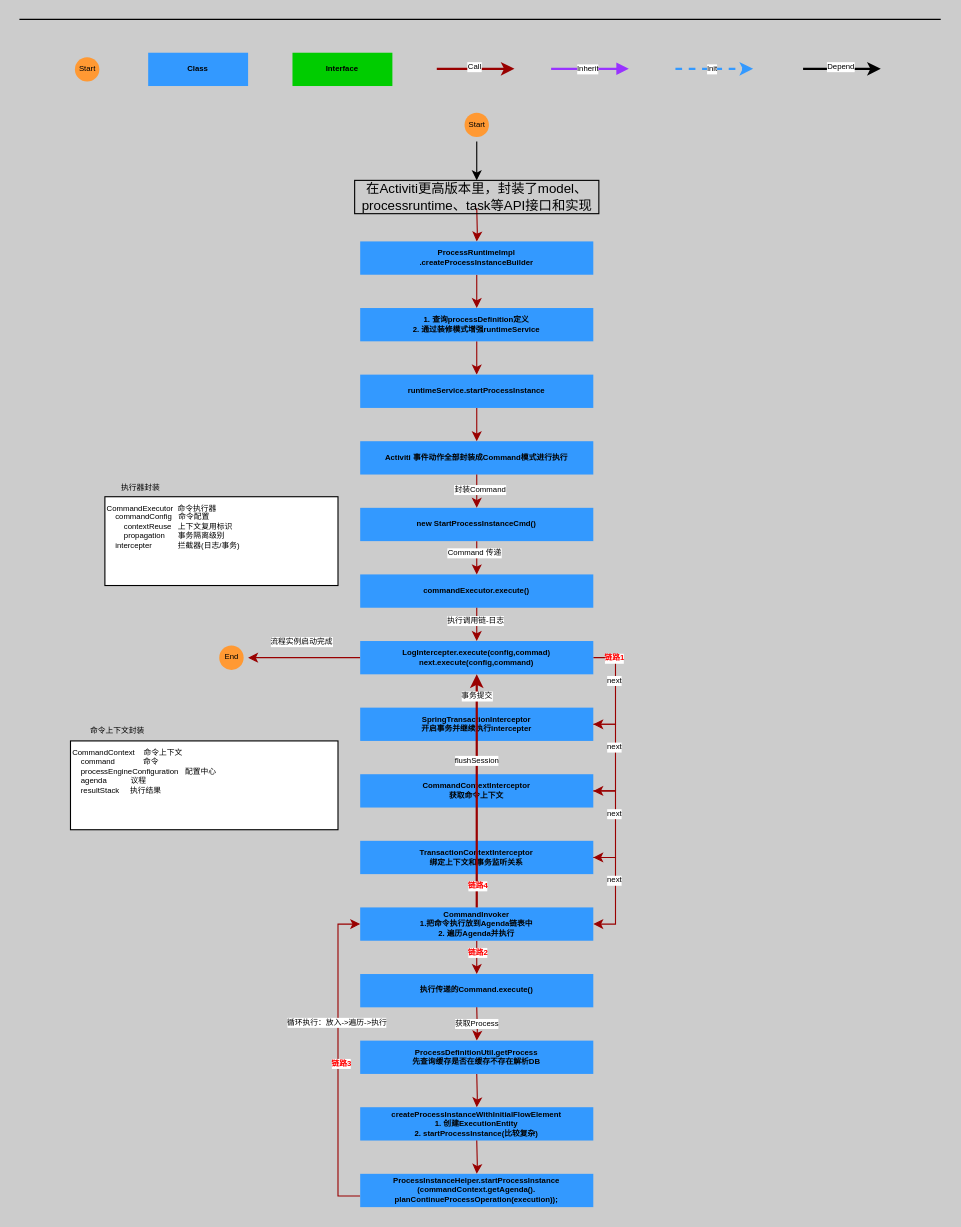
The draw.io diagram page "流程启动" (2 of 2) of reader/Untitled Diagram.drawio in Y-lenny/Activiti, before the edit. Source tidied: cells renumbered, new cells numbered last; positions are measured from the earlier drawing's top-left corner, leaving out a move shared by most shapes. Both pictures are drawn from the tidied source at 111%, with x=0, y=0 at pixel (19, 19).
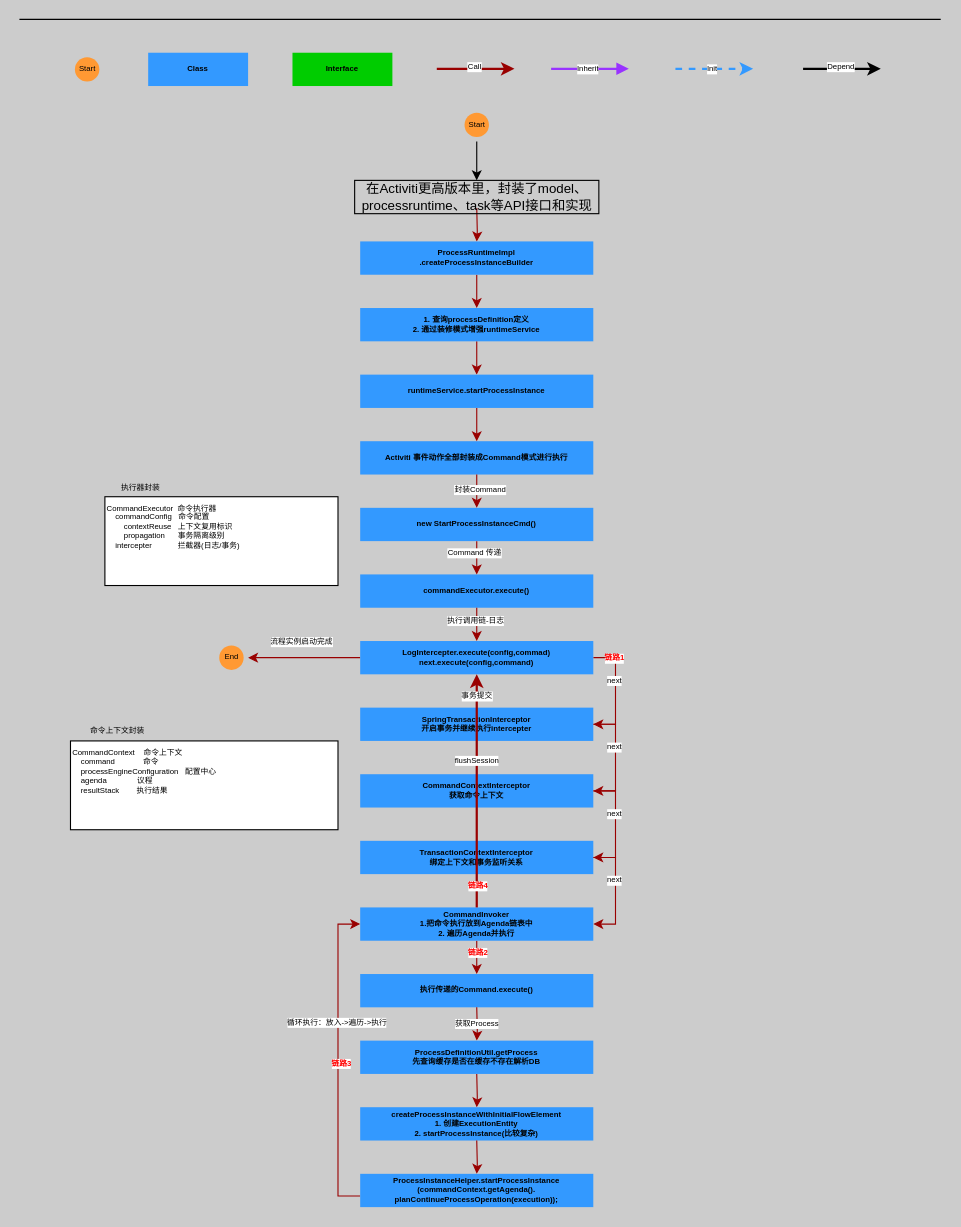
Above is the later version.

The edit, as a diff of the source:
```diff
@@
-    <mxCell id="45" value="&lt;font style=&quot;background-color: rgb(255 , 255 , 255) ; font-size: 7px&quot;&gt;CommandContext&amp;nbsp; &amp;nbsp; 命令上下文&lt;br style=&quot;font-size: 7px&quot;&gt;&amp;nbsp; &amp;nbsp;&amp;nbsp;&lt;span style=&quot;font-family: &amp;#34;fira code medium&amp;#34; ; font-size: 7px&quot;&gt;command&lt;/span&gt;&amp;nbsp; &amp;nbsp; &amp;nbsp; &amp;nbsp; &amp;nbsp; &amp;nbsp; &amp;nbsp;命令&lt;br style=&quot;font-size: 7px&quot;&gt;&amp;nbsp; &amp;nbsp; &lt;span style=&quot;font-family: &amp;#34;fira code medium&amp;#34; ; font-size: 7px&quot;&gt;processEngineConfiguration&lt;/span&gt;&amp;nbsp; &amp;nbsp;配置中心&lt;br style=&quot;font-size: 7px&quot;&gt;&amp;nbsp; &amp;nbsp;&amp;nbsp;&lt;/font&gt;&lt;span style=&quot;font-family: &amp;#34;fira code medium&amp;#34; ; font-size: 7px&quot;&gt;&lt;font style=&quot;font-size: 7px&quot;&gt;&lt;span style=&quot;background-color: rgb(255 , 255 , 255) ; font-size: 7px&quot;&gt;agenda&amp;nbsp; &amp;nbsp; &amp;nbsp; &amp;nbsp; &amp;nbsp; &amp;nbsp;议程&lt;/span&gt;&lt;br style=&quot;font-size: 7px&quot;&gt;&lt;span style=&quot;background-color: rgb(255 , 255 , 255) ; font-size: 7px&quot;&gt;&amp;nbsp; &amp;nbsp; resultStack&amp;nbsp; &amp;nbsp; &amp;nbsp;执行结果&lt;/span&gt;&lt;/font&gt;&lt;br&gt;&lt;/span&gt;" style="text;html=1;align=left;verticalAlign=top;whiteSpace=wrap;rounded=0;fontSize=7;fillColor=#ffffff;strokeColor=#000000;" parent="1" vertex="1">
+    <mxCell id="45" value="&lt;font style=&quot;background-color: rgb(255 , 255 , 255) ; font-size: 7px&quot;&gt;CommandContext&amp;nbsp; &amp;nbsp; 命令上下文&lt;br style=&quot;font-size: 7px&quot;&gt;&amp;nbsp; &amp;nbsp;&amp;nbsp;&lt;span style=&quot;font-family: &amp;#34;fira code medium&amp;#34; ; font-size: 7px&quot;&gt;command&lt;/span&gt;&amp;nbsp; &amp;nbsp; &amp;nbsp; &amp;nbsp; &amp;nbsp; &amp;nbsp; &amp;nbsp;命令&lt;br style=&quot;font-size: 7px&quot;&gt;&amp;nbsp; &amp;nbsp; &lt;span style=&quot;font-family: &amp;#34;fira code medium&amp;#34; ; font-size: 7px&quot;&gt;processEngineConfiguration&lt;/span&gt;&amp;nbsp; &amp;nbsp;配置中心&lt;br style=&quot;font-size: 7px&quot;&gt;&amp;nbsp; &amp;nbsp;&amp;nbsp;&lt;/font&gt;&lt;span style=&quot;font-family: &amp;#34;fira code medium&amp;#34; ; font-size: 7px&quot;&gt;&lt;font style=&quot;font-size: 7px&quot;&gt;&lt;span style=&quot;background-color: rgb(255 , 255 , 255) ; font-size: 7px&quot;&gt;agenda&amp;nbsp; &amp;nbsp; &amp;nbsp; &amp;nbsp; &amp;nbsp; &amp;nbsp; &amp;nbsp; 议程&lt;/span&gt;&lt;br style=&quot;font-size: 7px&quot;&gt;&lt;span style=&quot;background-color: rgb(255 , 255 , 255) ; font-size: 7px&quot;&gt;&amp;nbsp; &amp;nbsp; resultStack&amp;nbsp; &amp;nbsp; &amp;nbsp; &amp;nbsp; 执行结果&lt;/span&gt;&lt;/font&gt;&lt;br&gt;&lt;/span&gt;" style="text;html=1;align=left;verticalAlign=top;whiteSpace=wrap;rounded=0;fontSize=7;fillColor=#ffffff;strokeColor=#000000;" parent="1" vertex="1">
       <mxGeometry x="46" y="650" width="241" height="80" as="geometry" />
     </mxCell>
```
